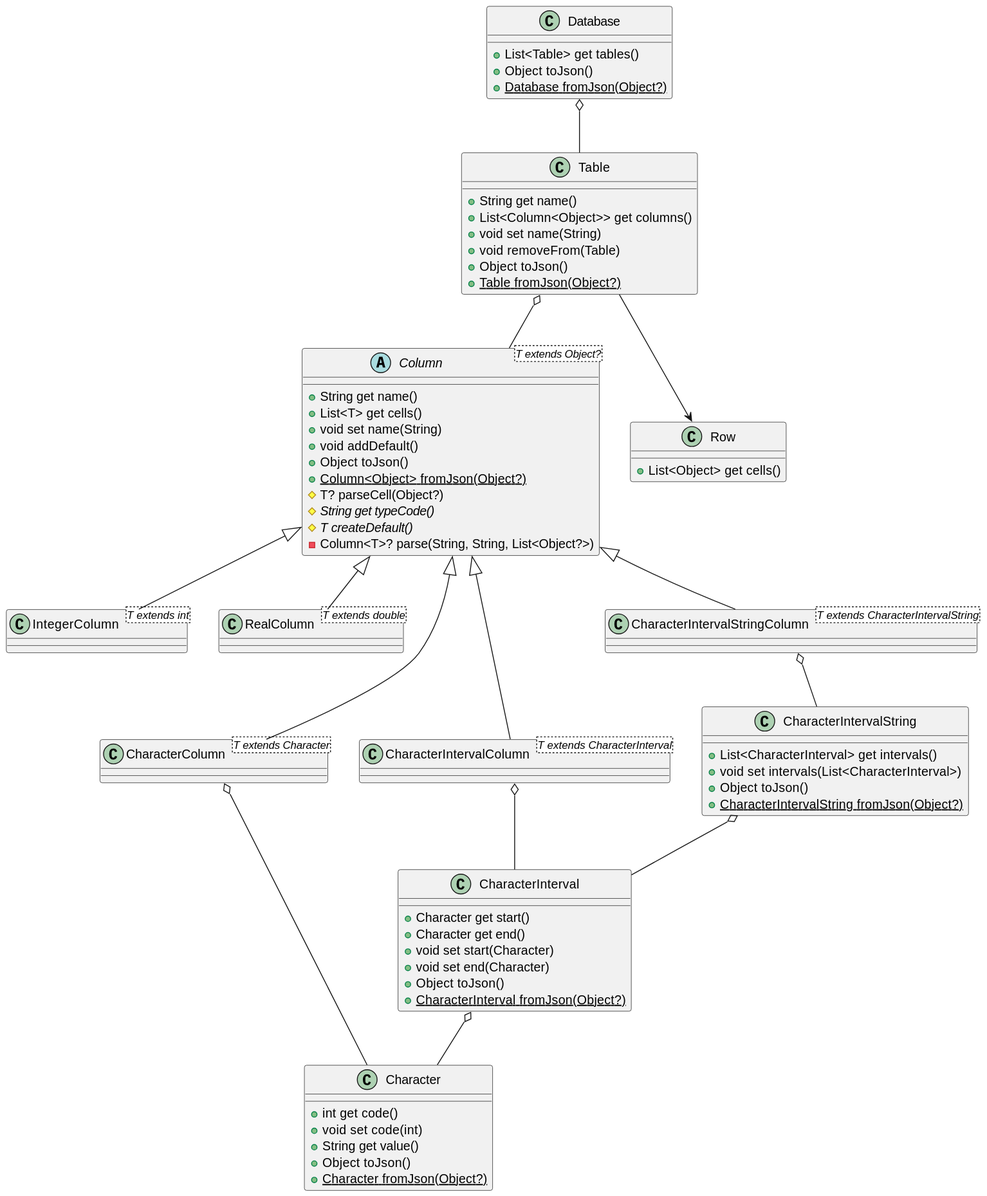
The PlantUML diagram uml/class.svg in Kharacternyk/univ-it, before a commit.
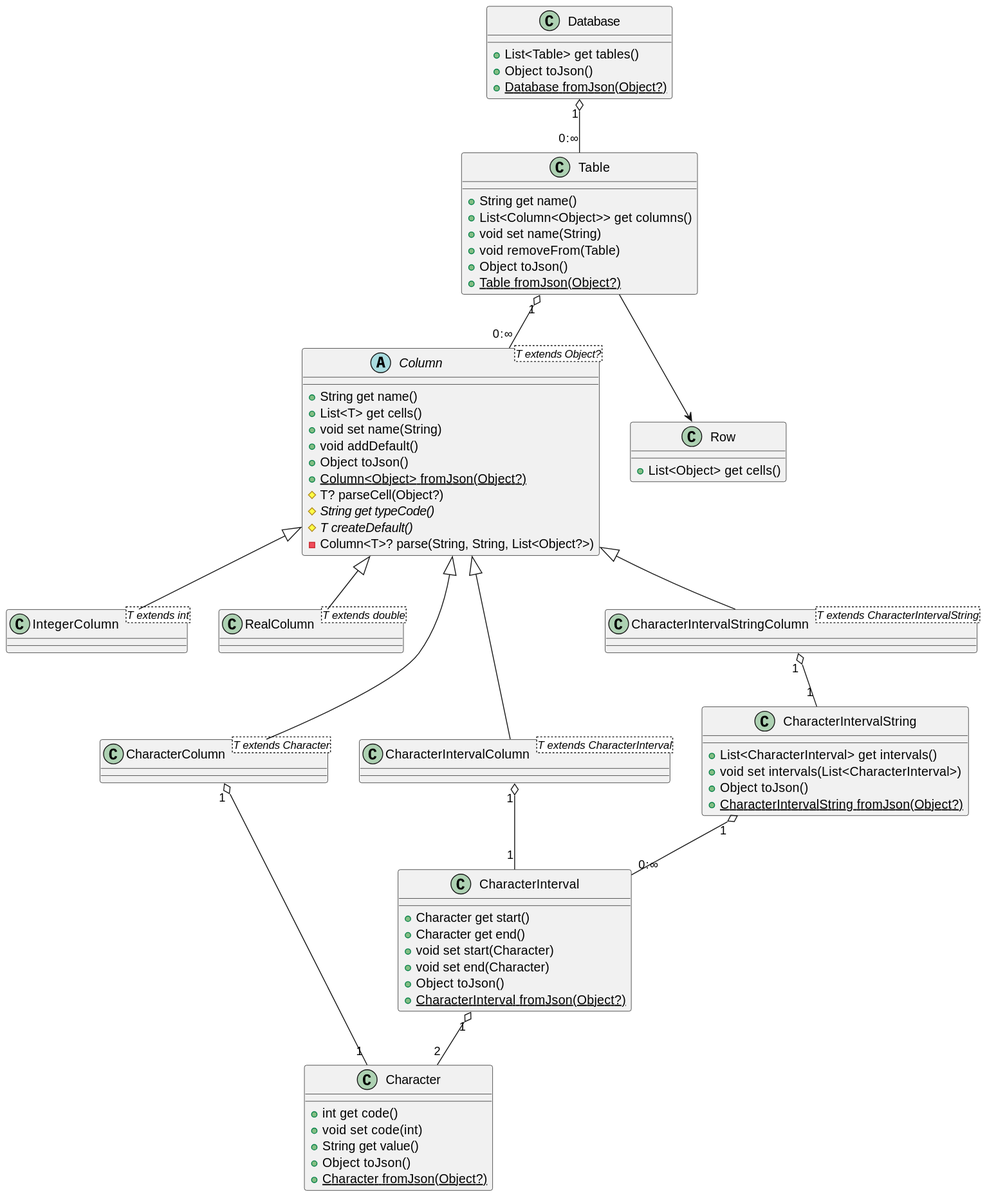
Later version of the same file.

Commit message:
Adjust the UML diagrams.

Change to the diagram source:
```diff
@@ -16,7 +16,7 @@
     + {static} CharacterInterval fromJson(Object?)
 }
 
-CharacterInterval o-- Character
+CharacterInterval "1" o-- "2" Character
 
 class CharacterIntervalString {
     + List<CharacterInterval> get intervals()
@@ -25,7 +25,7 @@
     + {static} CharacterIntervalString fromJson(Object?)
 }
 
-CharacterIntervalString o-- CharacterInterval
+CharacterIntervalString "1" o-- "0:∞" CharacterInterval
 
 abstract class Column<T extends Object?> {
     + String get name()
@@ -52,9 +52,9 @@
 Column <|-- CharacterIntervalColumn
 Column <|-- CharacterIntervalStringColumn
 
-CharacterColumn o-- Character
-CharacterIntervalColumn o-- CharacterInterval
-CharacterIntervalStringColumn o-- CharacterIntervalString
+CharacterColumn "1" o-- "1" Character
+CharacterIntervalColumn "1" o-- "1" CharacterInterval
+CharacterIntervalStringColumn "1" o-- "1" CharacterIntervalString
 
 class Table {
     + String get name()
@@ -65,7 +65,7 @@
     + {static} Table fromJson(Object?)
 }
 
-Table o-- Column
+Table "1" o-- "0:∞" Column
 
 class Database {
     + List<Table> get tables()
@@ -73,7 +73,7 @@
     + {static} Database fromJson(Object?)
 }
 
-Database o-- Table
+Database "1" o-- "0:∞" Table
 
 class Row {
     + List<Object> get cells()
```
